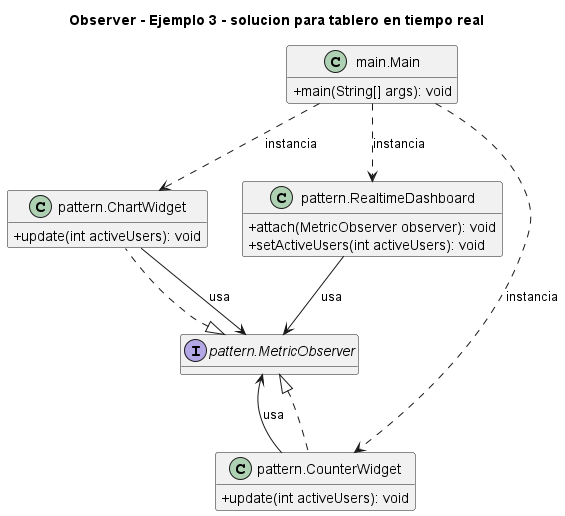
The PlantUML diagram 3. Comportamentales/Observer/Ejemplo 3 - solucion para tablero en tiempo real/UML.png in NicoCG32/Patrones-de-Software-y-Programacion-UCN, before a commit.
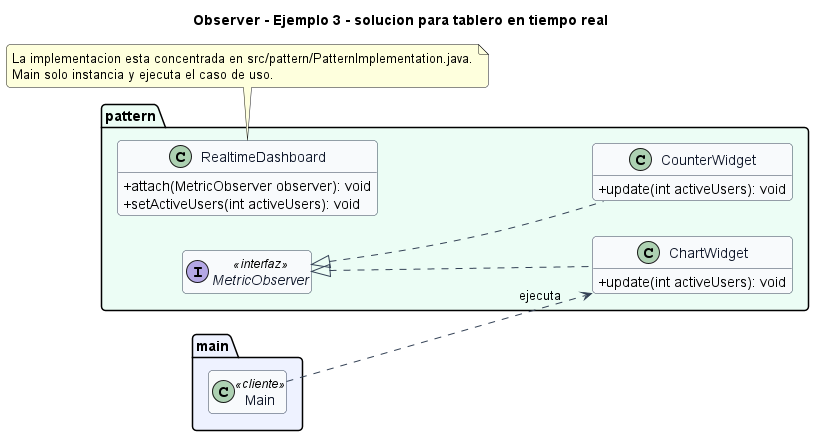
Above is the later version.

The edit, as a diff of the source:
```diff
@@ -1,28 +1,43 @@
 @startuml
 title Observer - Ejemplo 3 - solucion para tablero en tiempo real
+left to right direction
+skinparam backgroundColor #FFFFFF
+skinparam shadowing false
+skinparam roundcorner 8
 skinparam classAttributeIconSize 0
-hide empty fields
-class "main.Main" as main_Main {
-  +main(String[] args): void
+skinparam class {
+  BackgroundColor #F8FAFC
+  BorderColor #334155
+  ArrowColor #334155
+  FontColor #0F172A
 }
-class "pattern.ChartWidget" as pattern_ChartWidget {
-  +update(int activeUsers): void
+hide empty members
+
+package "main" #EEF2FF {
+  class Main <<cliente>>
 }
-class "pattern.CounterWidget" as pattern_CounterWidget {
-  +update(int activeUsers): void
+
+package "pattern" #ECFDF5 {
+  class ChartWidget {
+    +update(int activeUsers): void
+  }
+  class CounterWidget {
+    +update(int activeUsers): void
+  }
+  interface MetricObserver <<interfaz>> {
+  }
+  class RealtimeDashboard {
+    +attach(MetricObserver observer): void
+    +setActiveUsers(int activeUsers): void
+  }
 }
-interface "pattern.MetricObserver" as pattern_MetricObserver {
-}
-class "pattern.RealtimeDashboard" as pattern_RealtimeDashboard {
-  +attach(MetricObserver observer): void
-  +setActiveUsers(int activeUsers): void
-}
-pattern_MetricObserver <|.. pattern_ChartWidget
-pattern_MetricObserver <|.. pattern_CounterWidget
-main_Main ..> pattern_ChartWidget : instancia
-main_Main ..> pattern_CounterWidget : instancia
-main_Main ..> pattern_RealtimeDashboard : instancia
-pattern_ChartWidget --> pattern_MetricObserver : usa
-pattern_CounterWidget --> pattern_MetricObserver : usa
-pattern_RealtimeDashboard --> pattern_MetricObserver : usa
+
+MetricObserver <|.. ChartWidget
+MetricObserver <|.. CounterWidget
+Main ..> ChartWidget : ejecuta
+
+note bottom
+La implementacion esta concentrada en src/pattern/PatternImplementation.java.
+Main solo instancia y ejecuta el caso de uso.
+end note
 @enduml
```
